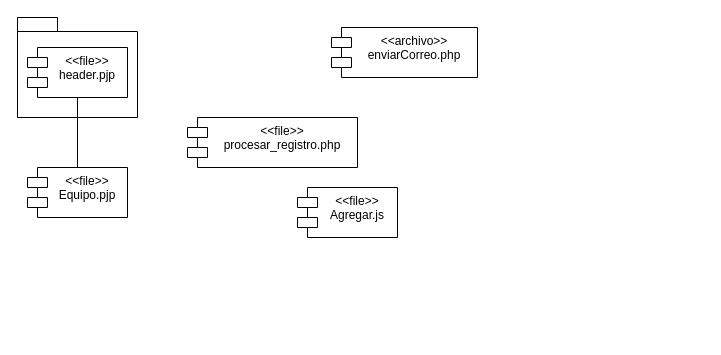
Earlier version of the draw.io diagram Diagramas/Inventario/Back-end/CompoR1.drawio (JorgeADnro/Torres). Source tidied: cells renumbered, new cells numbered last; positions are measured from the earlier drawing's top-left corner, leaving out a move shared by most shapes. Both pictures are drawn from the tidied source at 100%, with x=0, y=0 at pixel (17, 17).
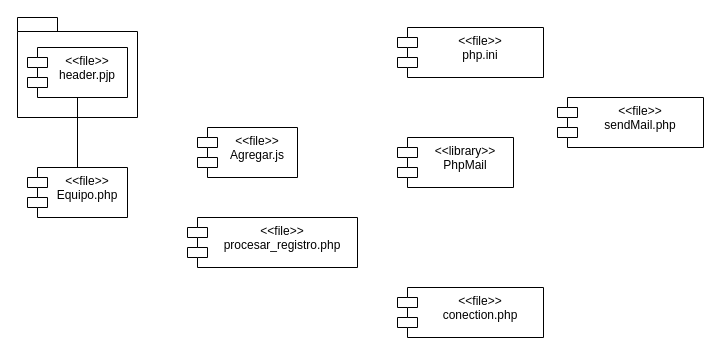
The same diagram, later.

The edit, as a diff of the source:
```diff
@@
 <mxGraphModel>
   <root>
     <mxCell id="0" />
     <mxCell id="1" parent="0" />
     <mxCell id="2" style="shape=folder;fontStyle=1;spacingTop=10;tabWidth=40;tabHeight=14;tabPosition=left;html=1;whiteSpace=wrap;" parent="1" vertex="1">
       <mxGeometry width="120" height="100" as="geometry" />
     </mxCell>
-    <mxCell id="3" value="&amp;lt;&amp;lt;file&amp;gt;&amp;gt; &lt;br&gt;Equipo.pjp&lt;br&gt;" style="shape=module;align=left;spacingLeft=20;align=center;verticalAlign=top;whiteSpace=wrap;html=1;" parent="1" vertex="1">
+    <mxCell id="3" value="&amp;lt;&amp;lt;file&amp;gt;&amp;gt; &lt;br&gt;Equipo.php&lt;br&gt;" style="shape=module;align=left;spacingLeft=20;align=center;verticalAlign=top;whiteSpace=wrap;html=1;" parent="1" vertex="1">
       <mxGeometry x="10" y="150" width="100" height="50" as="geometry" />
     </mxCell>
     <mxCell id="4" style="edgeStyle=orthogonalEdgeStyle;rounded=0;jettySize=auto;html=1;exitX=0.5;exitY=1;exitDx=0;exitDy=0;entryX=0.5;entryY=0;entryDx=0;entryDy=0;endArrow=none;endFill=0;" parent="1" edge="1" source="5" target="3">
       <mxGeometry relative="1" as="geometry" />
     </mxCell>
     <mxCell id="5" value="&amp;lt;&amp;lt;file&amp;gt;&amp;gt;&lt;br&gt;header.pjp&lt;br&gt;" style="shape=module;align=left;spacingLeft=20;align=center;verticalAlign=top;whiteSpace=wrap;html=1;" parent="1" vertex="1">
       <mxGeometry x="10" y="30" width="100" height="50" as="geometry" />
     </mxCell>
     <mxCell id="6" value="&amp;lt;&amp;lt;file&amp;gt;&amp;gt; &lt;br&gt;procesar_registro.php&lt;br&gt;" style="shape=module;align=left;spacingLeft=20;align=center;verticalAlign=top;whiteSpace=wrap;html=1;" parent="1" vertex="1">
-      <mxGeometry x="170" y="100" width="170" height="50" as="geometry" />
+      <mxGeometry x="170" y="200" width="170" height="50" as="geometry" />
     </mxCell>
     <mxCell id="7" value="&amp;lt;&amp;lt;file&amp;gt;&amp;gt; &lt;br&gt;Agregar.js&lt;br&gt;" style="shape=module;align=left;spacingLeft=20;align=center;verticalAlign=top;whiteSpace=wrap;html=1;" parent="1" vertex="1">
-      <mxGeometry x="280" y="170" width="100" height="50" as="geometry" />
+      <mxGeometry x="180" y="110" width="100" height="50" as="geometry" />
     </mxCell>
-    <mxCell id="8" value="&amp;lt;&amp;lt;archivo&amp;gt;&amp;gt; &lt;br&gt;enviarCorreo.php&lt;br&gt;" style="shape=module;align=left;spacingLeft=20;align=center;verticalAlign=top;whiteSpace=wrap;html=1;" parent="1" vertex="1">
-      <mxGeometry x="314" y="10" width="146" height="50" as="geometry" />
+    <mxCell id="8" value="&amp;lt;&amp;lt;file&amp;gt;&amp;gt; &lt;br&gt;conection.php&lt;br&gt;" style="shape=module;align=left;spacingLeft=20;align=center;verticalAlign=top;whiteSpace=wrap;html=1;" parent="1" vertex="1">
+      <mxGeometry x="380" y="270" width="146" height="50" as="geometry" />
     </mxCell>
+    <mxCell id="9" value="&amp;lt;&amp;lt;library&amp;gt;&amp;gt; &lt;br&gt;PhpMail&lt;br&gt;" style="shape=module;align=left;spacingLeft=20;align=center;verticalAlign=top;whiteSpace=wrap;html=1;" parent="1" vertex="1">
+      <mxGeometry x="380" y="120" width="116" height="50" as="geometry" />
+    </mxCell>
+    <mxCell id="10" value="&amp;lt;&amp;lt;file&amp;gt;&amp;gt; &lt;br&gt;sendMail.php&lt;br&gt;" style="shape=module;align=left;spacingLeft=20;align=center;verticalAlign=top;whiteSpace=wrap;html=1;" parent="1" vertex="1">
+      <mxGeometry x="540" y="80" width="146" height="50" as="geometry" />
+    </mxCell>
+    <mxCell id="11" value="&amp;lt;&amp;lt;file&amp;gt;&amp;gt; &lt;br&gt;php.ini&lt;br&gt;" style="shape=module;align=left;spacingLeft=20;align=center;verticalAlign=top;whiteSpace=wrap;html=1;" parent="1" vertex="1">
+      <mxGeometry x="380" y="10" width="146" height="50" as="geometry" />
+    </mxCell>
   </root>
 </mxGraphModel>
```
